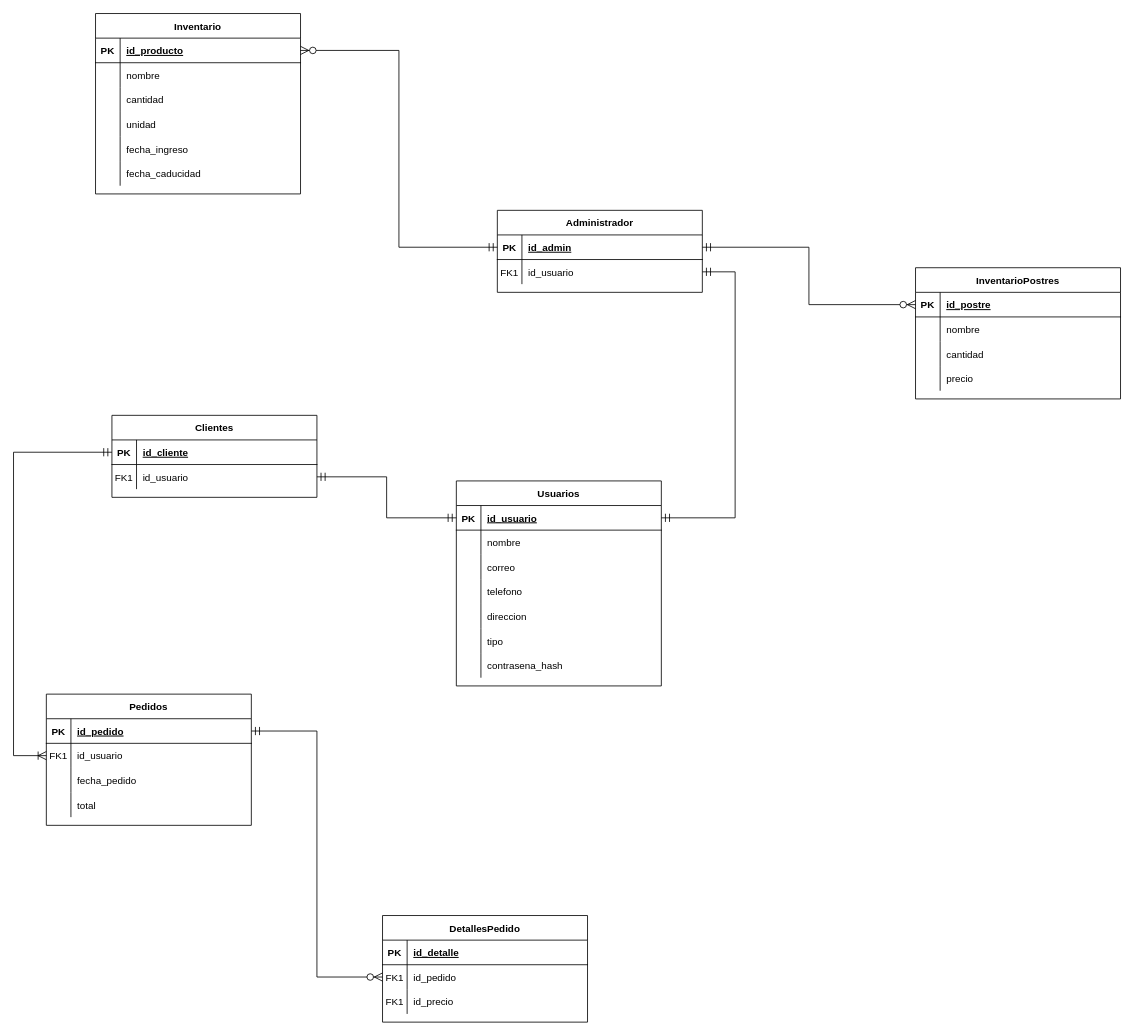
The draw.io diagram Modelo entidad relación.drawio in Ash-code12/Proyecto, before the edit. Source tidied: cells renumbered, new cells numbered last; positions are measured from the earlier drawing's top-left corner, leaving out a move shared by most shapes. Both pictures are drawn from the tidied source at 82%, with x=0, y=0 at pixel (13, 13).
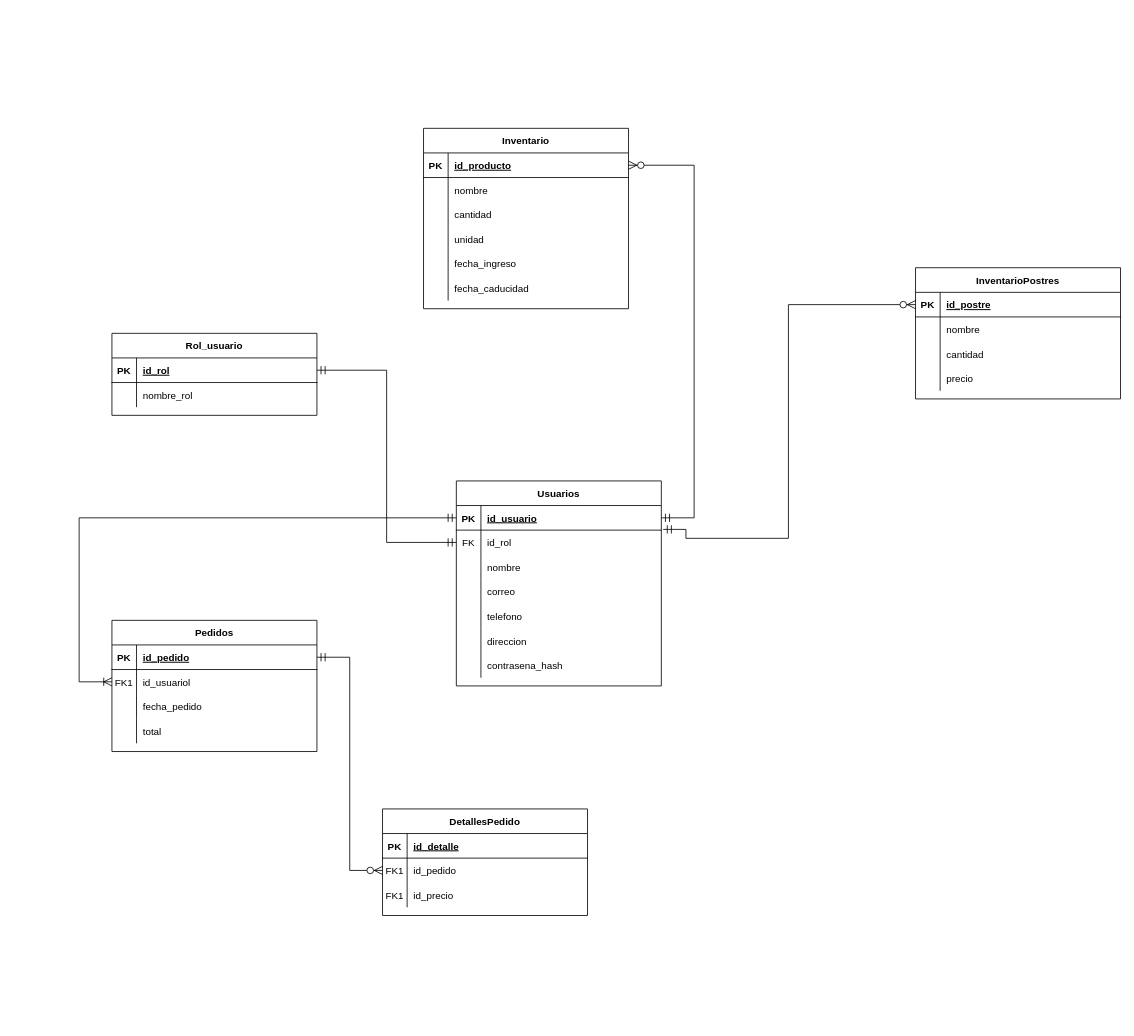
After the change.

The change refers to these unchanged cells:
```xml
<mxCell id="3" style="shape=partialRectangle;fillColor=none;points=[[0,0.5],[1,0.5]];portConstraint=eastwest;top=0;left=0;right=0;bottom=1;" parent="2" vertex="1">
  <mxGeometry y="30" width="250" height="30" as="geometry" />
</mxCell>
<mxCell id="19" style="shape=partialRectangle;fillColor=none;points=[[0,0.5],[1,0.5]];portConstraint=eastwest;top=0;left=0;right=0;bottom=0;" parent="15" vertex="1">
  <mxGeometry y="60" width="250" height="30" as="geometry" />
</mxCell>
<mxCell id="28" value="Usuarios" style="shape=table;startSize=30;childLayout=tableLayout;rowLines=0;fontStyle=1;align=center;" parent="1" vertex="1">
  <mxGeometry x="540" y="570" width="250" height="250" as="geometry" />
</mxCell>
<mxCell id="29" style="shape=partialRectangle;fillColor=none;points=[[0,0.5],[1,0.5]];portConstraint=eastwest;top=0;left=0;right=0;bottom=1;" parent="28" vertex="1">
  <mxGeometry y="30" width="250" height="30" as="geometry" />
</mxCell>
<mxCell id="61" style="shape=partialRectangle;fillColor=none;points=[[0,0.5],[1,0.5]];portConstraint=eastwest;top=0;left=0;right=0;bottom=1;" parent="60" vertex="1">
  <mxGeometry y="30" width="250" height="30" as="geometry" />
</mxCell>
<mxCell id="80" style="shape=partialRectangle;fillColor=none;points=[[0,0.5],[1,0.5]];portConstraint=eastwest;top=0;left=0;right=0;bottom=1;" parent="79" vertex="1">
  <mxGeometry y="30" width="250" height="30" as="geometry" />
</mxCell>
<mxCell id="83" style="shape=partialRectangle;fillColor=none;points=[[0,0.5],[1,0.5]];portConstraint=eastwest;top=0;left=0;right=0;bottom=0;" parent="79" vertex="1">
  <mxGeometry y="60" width="250" height="30" as="geometry" />
</mxCell>
```

Diff of the diagram source:
```diff
@@
     <mxCell id="15" value="Pedidos" style="shape=table;startSize=30;childLayout=tableLayout;rowLines=0;fontStyle=1;align=center;" parent="1" vertex="1">
-      <mxGeometry x="40" y="830" width="250" height="160" as="geometry" />
+      <mxGeometry x="120" y="740" width="250" height="160" as="geometry" />
     </mxCell>
@@
-    <mxCell id="21" value="id_usuario" style="shape=partialRectangle;overflow=hidden;fillColor=none;top=0;left=0;bottom=0;right=0;align=left;spacingLeft=6;" parent="19" vertex="1">
+    <mxCell id="21" value="id_usuariol" style="shape=partialRectangle;overflow=hidden;fillColor=none;top=0;left=0;bottom=0;right=0;align=left;spacingLeft=6;" parent="19" vertex="1">
       <mxGeometry x="30" width="220" height="30" as="geometry" />
     </mxCell>
@@
+    <mxCell id="90" style="shape=partialRectangle;fillColor=none;points=[[0,0.5],[1,0.5]];portConstraint=eastwest;top=0;left=0;right=0;bottom=0;" parent="28" vertex="1">
+      <mxGeometry y="60" width="250" height="30" as="geometry" />
+    </mxCell>
+    <mxCell id="99" value="FK" style="shape=partialRectangle;overflow=hidden;fillColor=none;top=0;left=0;bottom=0;right=0;" parent="90" vertex="1">
+      <mxGeometry width="30" height="30" as="geometry" />
+    </mxCell>
+    <mxCell id="100" value="id_rol" style="shape=partialRectangle;overflow=hidden;fillColor=none;top=0;left=0;bottom=0;right=0;align=left;spacingLeft=6;" parent="90" vertex="1">
+      <mxGeometry x="30" width="220" height="30" as="geometry" />
+    </mxCell>
     <mxCell id="32" style="shape=partialRectangle;fillColor=none;top=0;left=0;right=0;bottom=0;" parent="28" vertex="1">
-      <mxGeometry y="60" width="250" height="30" as="geometry" />
+      <mxGeometry y="90" width="250" height="30" as="geometry" />
     </mxCell>
@@
     <mxCell id="35" style="shape=partialRectangle;fillColor=none;top=0;left=0;right=0;bottom=0;" parent="28" vertex="1">
-      <mxGeometry y="90" width="250" height="30" as="geometry" />
+      <mxGeometry y="120" width="250" height="30" as="geometry" />
     </mxCell>
@@
     <mxCell id="38" style="shape=partialRectangle;fillColor=none;top=0;left=0;right=0;bottom=0;" parent="28" vertex="1">
-      <mxGeometry y="120" width="250" height="30" as="geometry" />
+      <mxGeometry y="150" width="250" height="30" as="geometry" />
     </mxCell>
@@
     <mxCell id="41" style="shape=partialRectangle;fillColor=none;top=0;left=0;right=0;bottom=0;" parent="28" vertex="1">
-      <mxGeometry y="150" width="250" height="30" as="geometry" />
+      <mxGeometry y="180" width="250" height="30" as="geometry" />
     </mxCell>
@@
-    <mxCell id="44" style="shape=partialRectangle;fillColor=none;top=0;left=0;right=0;bottom=0;" parent="28" vertex="1">
-      <mxGeometry y="180" width="250" height="30" as="geometry" />
-    </mxCell>
-    <mxCell id="45" style="shape=partialRectangle;overflow=hidden;fillColor=none;top=0;left=0;bottom=0;right=0;" parent="44" vertex="1">
-      <mxGeometry width="30" height="30" as="geometry" />
-    </mxCell>
-    <mxCell id="46" value="tipo " style="shape=partialRectangle;overflow=hidden;fillColor=none;top=0;left=0;bottom=0;right=0;align=left;spacingLeft=6;" parent="44" vertex="1">
-      <mxGeometry x="30" width="220" height="30" as="geometry" />
-    </mxCell>
@@
     <mxCell id="50" value="DetallesPedido" style="shape=table;startSize=30;childLayout=tableLayout;rowLines=0;fontStyle=1;align=center;" parent="1" vertex="1">
-      <mxGeometry x="450" y="1100" width="250" height="130" as="geometry" />
+      <mxGeometry x="450" y="970" width="250" height="130" as="geometry" />
     </mxCell>
@@
     <mxCell id="60" value="Inventario" style="shape=table;startSize=30;childLayout=tableLayout;rowLines=0;fontStyle=1;align=center;" parent="1" vertex="1">
-      <mxGeometry x="100" width="250" height="220" as="geometry" />
+      <mxGeometry x="500" y="140" width="250" height="220" as="geometry" />
     </mxCell>
@@
-    <mxCell id="79" value="Clientes" style="shape=table;startSize=30;childLayout=tableLayout;rowLines=0;fontStyle=1;align=center;" parent="1" vertex="1">
-      <mxGeometry x="120" y="490" width="250" height="100" as="geometry" />
+    <mxCell id="79" value="Rol_usuario" style="shape=table;startSize=30;childLayout=tableLayout;rowLines=0;fontStyle=1;align=center;" parent="1" vertex="1">
+      <mxGeometry x="120" y="390" width="250" height="100" as="geometry" />
     </mxCell>
@@
-    <mxCell id="82" value="id_cliente" style="shape=partialRectangle;overflow=hidden;fillColor=none;top=0;left=0;bottom=0;right=0;align=left;spacingLeft=6;fontStyle=5;" parent="80" vertex="1">
+    <mxCell id="82" value="id_rol" style="shape=partialRectangle;overflow=hidden;fillColor=none;top=0;left=0;bottom=0;right=0;align=left;spacingLeft=6;fontStyle=5;" parent="80" vertex="1">
       <mxGeometry x="30" width="220" height="30" as="geometry" />
     </mxCell>
@@
-    <mxCell id="84" value="FK1" style="shape=partialRectangle;overflow=hidden;fillColor=none;top=0;left=0;bottom=0;right=0;" parent="83" vertex="1">
+    <mxCell id="84" style="shape=partialRectangle;overflow=hidden;fillColor=none;top=0;left=0;bottom=0;right=0;" parent="83" vertex="1">
       <mxGeometry width="30" height="30" as="geometry" />
     </mxCell>
-    <mxCell id="85" value="id_usuario" style="shape=partialRectangle;overflow=hidden;fillColor=none;top=0;left=0;bottom=0;right=0;align=left;spacingLeft=6;" parent="83" vertex="1">
+    <mxCell id="85" value="nombre_rol" style="shape=partialRectangle;overflow=hidden;fillColor=none;top=0;left=0;bottom=0;right=0;align=left;spacingLeft=6;" parent="83" vertex="1">
       <mxGeometry x="30" width="220" height="30" as="geometry" />
     </mxCell>
-    <mxCell id="86" value="Administrador" style="shape=table;startSize=30;childLayout=tableLayout;rowLines=0;fontStyle=1;align=center;" parent="1" vertex="1">
-      <mxGeometry x="590" y="240" width="250" height="100" as="geometry" />
-    </mxCell>
-    <mxCell id="87" style="shape=partialRectangle;fillColor=none;points=[[0,0.5],[1,0.5]];portConstraint=eastwest;top=0;left=0;right=0;bottom=1;" parent="86" vertex="1">
-      <mxGeometry y="30" width="250" height="30" as="geometry" />
-    </mxCell>
-    <mxCell id="88" value="PK" style="shape=partialRectangle;overflow=hidden;fillColor=none;top=0;left=0;bottom=0;right=0;fontStyle=1;" parent="87" vertex="1">
-      <mxGeometry width="30" height="30" as="geometry" />
-    </mxCell>
-    <mxCell id="89" value="id_admin" style="shape=partialRectangle;overflow=hidden;fillColor=none;top=0;left=0;bottom=0;right=0;align=left;spacingLeft=6;fontStyle=5;" parent="87" vertex="1">
-      <mxGeometry x="30" width="220" height="30" as="geometry" />
-    </mxCell>
-    <mxCell id="90" style="shape=partialRectangle;fillColor=none;points=[[0,0.5],[1,0.5]];portConstraint=eastwest;top=0;left=0;right=0;bottom=0;" parent="86" vertex="1">
-      <mxGeometry y="60" width="250" height="30" as="geometry" />
-    </mxCell>
-    <mxCell id="91" value="FK1" style="shape=partialRectangle;overflow=hidden;fillColor=none;top=0;left=0;bottom=0;right=0;" parent="90" vertex="1">
-      <mxGeometry width="30" height="30" as="geometry" />
-    </mxCell>
-    <mxCell id="92" value="id_usuario" style="shape=partialRectangle;overflow=hidden;fillColor=none;top=0;left=0;bottom=0;right=0;align=left;spacingLeft=6;" parent="90" vertex="1">
-      <mxGeometry x="30" width="220" height="30" as="geometry" />
-    </mxCell>
-    <mxCell id="93" style="edgeStyle=orthogonalEdgeStyle;fontSize=12;html=1;endArrow=ERmandOne;startArrow=ERmandOne;rounded=0;startSize=8;endSize=8;entryX=0;entryY=0.5;entryDx=0;entryDy=0;exitX=1;exitY=0.5;exitDx=0;exitDy=0;" parent="1" edge="1" source="83" target="29">
+    <mxCell id="93" style="edgeStyle=orthogonalEdgeStyle;fontSize=12;html=1;endArrow=ERmandOne;startArrow=ERmandOne;rounded=0;startSize=8;endSize=8;entryX=0;entryY=0.5;entryDx=0;entryDy=0;exitX=1;exitY=0.5;exitDx=0;exitDy=0;" parent="1" edge="1" source="80" target="90">
       <mxGeometry relative="1" as="geometry" />
     </mxCell>
-    <mxCell id="94" style="edgeStyle=orthogonalEdgeStyle;fontSize=12;html=1;endArrow=ERmandOne;startArrow=ERmandOne;rounded=0;startSize=8;endSize=8;entryX=1;entryY=0.5;entryDx=0;entryDy=0;exitX=1;exitY=0.5;exitDx=0;exitDy=0;" parent="1" edge="1" source="29" target="90">
-      <mxGeometry relative="1" as="geometry">
-        <Array as="points">
-          <mxPoint x="880" y="615" />
-          <mxPoint x="880" y="315" />
-        </Array>
-      </mxGeometry>
-    </mxCell>
-    <mxCell id="95" style="edgeStyle=orthogonalEdgeStyle;fontSize=12;html=1;endArrow=ERoneToMany;startArrow=ERmandOne;rounded=0;startSize=8;endSize=8;exitX=0;exitY=0.5;exitDx=0;exitDy=0;entryX=0;entryY=0.5;entryDx=0;entryDy=0;" parent="1" edge="1" source="80" target="19">
+    <mxCell id="95" style="edgeStyle=orthogonalEdgeStyle;fontSize=12;html=1;endArrow=ERoneToMany;startArrow=ERmandOne;rounded=0;startSize=8;endSize=8;entryX=0;entryY=0.5;entryDx=0;entryDy=0;exitX=0;exitY=0.5;exitDx=0;exitDy=0;" parent="1" edge="1" source="29" target="19">
       <mxGeometry relative="1" as="geometry">
         <Array as="points">
-          <mxPoint y="535" />
-          <mxPoint y="905" />
+          <mxPoint x="80" y="615" />
+          <mxPoint x="80" y="815" />
         </Array>
       </mxGeometry>
     </mxCell>
@@
-    <mxCell id="97" style="edgeStyle=orthogonalEdgeStyle;fontSize=12;html=1;endArrow=ERzeroToMany;startArrow=ERmandOne;rounded=0;startSize=8;endSize=8;entryX=1;entryY=0.5;entryDx=0;entryDy=0;exitX=0;exitY=0.5;exitDx=0;exitDy=0;" parent="1" edge="1" source="87" target="61">
-      <mxGeometry relative="1" as="geometry" />
+    <mxCell id="97" style="edgeStyle=orthogonalEdgeStyle;fontSize=12;html=1;endArrow=ERzeroToMany;startArrow=ERmandOne;rounded=0;startSize=8;endSize=8;entryX=1;entryY=0.5;entryDx=0;entryDy=0;exitX=1;exitY=0.5;exitDx=0;exitDy=0;" parent="1" edge="1" source="29" target="61">
+      <mxGeometry relative="1" as="geometry">
+        <Array as="points">
+          <mxPoint x="830" y="615" />
+          <mxPoint x="830" y="185" />
+        </Array>
+      </mxGeometry>
     </mxCell>
-    <mxCell id="98" style="edgeStyle=orthogonalEdgeStyle;fontSize=12;html=1;endArrow=ERzeroToMany;startArrow=ERmandOne;rounded=0;startSize=8;endSize=8;entryX=0;entryY=0.5;entryDx=0;entryDy=0;exitX=1;exitY=0.5;exitDx=0;exitDy=0;" parent="1" edge="1" source="87" target="3">
-      <mxGeometry relative="1" as="geometry" />
+    <mxCell id="98" style="edgeStyle=orthogonalEdgeStyle;fontSize=12;html=1;endArrow=ERzeroToMany;startArrow=ERmandOne;rounded=0;startSize=8;endSize=8;entryX=0;entryY=0.5;entryDx=0;entryDy=0;exitX=1.009;exitY=0.97;exitDx=0;exitDy=0;exitPerimeter=0;" parent="1" edge="1" source="29" target="3">
+      <mxGeometry relative="1" as="geometry">
+        <Array as="points">
+          <mxPoint x="820" y="629" />
+          <mxPoint x="820" y="640" />
+          <mxPoint x="945" y="640" />
+          <mxPoint x="945" y="355" />
+        </Array>
+      </mxGeometry>
     </mxCell>
```
